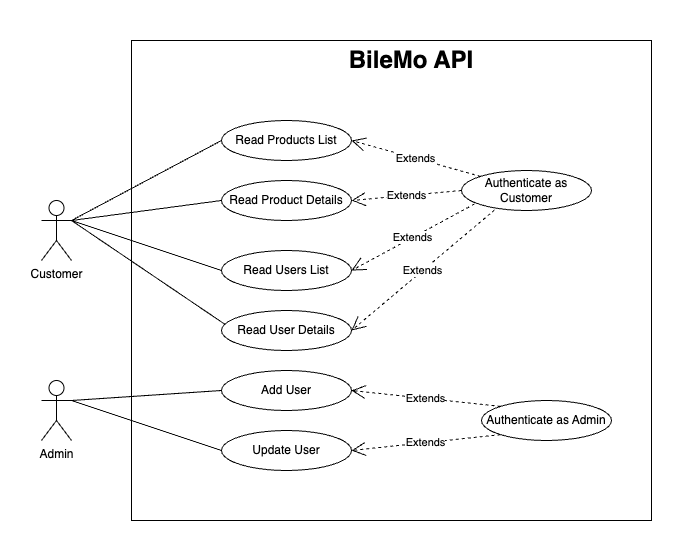
Before: diagrams/UseCase_BileMo.png, a diagram exported from draw.io (AnnaigJegourel/OC-P7-BileMo). Source tidied: cells renumbered, new cells last; positions are measured from the earlier drawing's top-left corner, leaving out a move shared by most shapes.
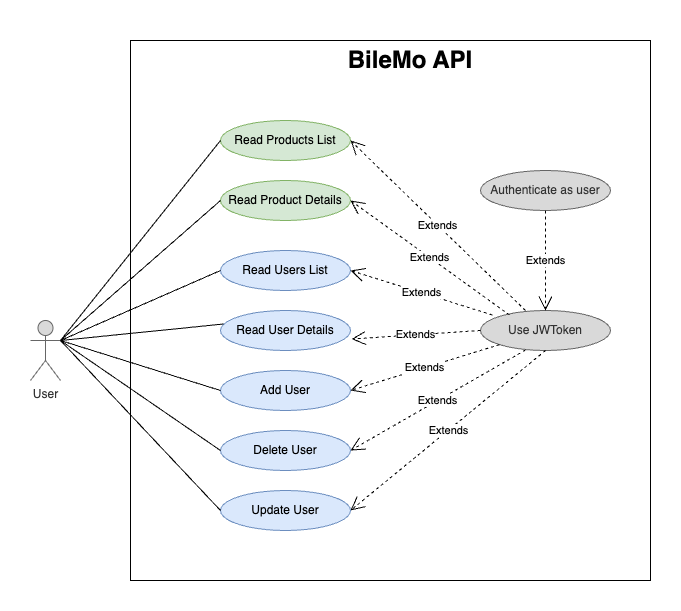
After the change.

Diff of the diagram source:
```diff
@@ -2,50 +2,47 @@
   <root>
     <mxCell id="0" />
     <mxCell id="1" parent="0" />
-    <mxCell id="2" value="Customer" style="shape=umlActor;verticalLabelPosition=bottom;verticalAlign=top;html=1;outlineConnect=0;" parent="1" vertex="1">
-      <mxGeometry y="160" width="30" height="60" as="geometry" />
+    <mxCell id="2" value="User" style="shape=umlActor;verticalLabelPosition=bottom;verticalAlign=top;html=1;outlineConnect=0;fillColor=#d9d9d9;strokeColor=#666666;fontColor=#333333;" parent="1" vertex="1">
+      <mxGeometry x="-10" y="280" width="30" height="60" as="geometry" />
     </mxCell>
-    <mxCell id="3" value="Read Products List" style="ellipse;whiteSpace=wrap;html=1;" parent="1" vertex="1">
+    <mxCell id="3" value="Read Products List" style="ellipse;whiteSpace=wrap;html=1;fillColor=#d5e8d4;strokeColor=#82b366;" parent="1" vertex="1">
       <mxGeometry x="180" y="80" width="130" height="40" as="geometry" />
     </mxCell>
-    <mxCell id="4" value="Read Product Details" style="ellipse;whiteSpace=wrap;html=1;" parent="1" vertex="1">
+    <mxCell id="4" value="Read Product Details" style="ellipse;whiteSpace=wrap;html=1;fillColor=#d5e8d4;strokeColor=#82b366;" parent="1" vertex="1">
       <mxGeometry x="180" y="140" width="130" height="40" as="geometry" />
     </mxCell>
-    <mxCell id="5" value="Read Users List" style="ellipse;whiteSpace=wrap;html=1;" parent="1" vertex="1">
+    <mxCell id="5" value="Read Users List" style="ellipse;whiteSpace=wrap;html=1;fillColor=#dae8fc;strokeColor=#6c8ebf;" parent="1" vertex="1">
       <mxGeometry x="180" y="210" width="130" height="40" as="geometry" />
     </mxCell>
-    <mxCell id="6" value="Read User Details" style="ellipse;whiteSpace=wrap;html=1;" parent="1" vertex="1">
+    <mxCell id="6" value="Read User Details" style="ellipse;whiteSpace=wrap;html=1;fillColor=#dae8fc;strokeColor=#6c8ebf;" parent="1" vertex="1">
       <mxGeometry x="180" y="270" width="130" height="40" as="geometry" />
     </mxCell>
-    <mxCell id="7" value="Add User" style="ellipse;whiteSpace=wrap;html=1;" parent="1" vertex="1">
+    <mxCell id="7" value="Add User" style="ellipse;whiteSpace=wrap;html=1;fillColor=#dae8fc;strokeColor=#6c8ebf;" parent="1" vertex="1">
       <mxGeometry x="180" y="330" width="130" height="40" as="geometry" />
     </mxCell>
-    <mxCell id="8" value="Update User" style="ellipse;whiteSpace=wrap;html=1;" parent="1" vertex="1">
+    <mxCell id="8" value="Delete User" style="ellipse;whiteSpace=wrap;html=1;fillColor=#dae8fc;strokeColor=#6c8ebf;" parent="1" vertex="1">
       <mxGeometry x="180" y="390" width="130" height="40" as="geometry" />
     </mxCell>
     <mxCell id="9" style="rounded=0;whiteSpace=wrap;html=1;strokeWidth=1;fillColor=none;" parent="1" vertex="1">
-      <mxGeometry x="90" width="520" height="480" as="geometry" />
+      <mxGeometry x="90" width="520" height="540" as="geometry" />
     </mxCell>
     <mxCell id="10" value="&lt;h1&gt;BileMo API&lt;/h1&gt;" style="text;html=1;strokeColor=none;fillColor=none;spacing=5;spacingTop=-20;whiteSpace=wrap;overflow=hidden;rounded=0;align=center;" parent="1" vertex="1">
       <mxGeometry x="300" width="140" height="40" as="geometry" />
     </mxCell>
-    <mxCell id="11" value="Authenticate as Customer" style="ellipse;whiteSpace=wrap;html=1;" parent="1" vertex="1">
-      <mxGeometry x="420" y="130" width="130" height="40" as="geometry" />
+    <mxCell id="11" value="Authenticate as user" style="ellipse;whiteSpace=wrap;html=1;fillColor=#d9d9d9;strokeColor=#666666;fontColor=#333333;" parent="1" vertex="1">
+      <mxGeometry x="440" y="130" width="130" height="40" as="geometry" />
     </mxCell>
-    <mxCell id="12" value="Authenticate as Admin" style="ellipse;whiteSpace=wrap;html=1;" parent="1" vertex="1">
-      <mxGeometry x="440" y="360" width="130" height="40" as="geometry" />
+    <mxCell id="12" value="Use JWToken" style="ellipse;whiteSpace=wrap;html=1;fillColor=#D9D9D9;strokeColor=#666666;fontColor=#333333;" parent="1" vertex="1">
+      <mxGeometry x="440" y="270" width="130" height="40" as="geometry" />
     </mxCell>
-    <mxCell id="13" value="Admin" style="shape=umlActor;verticalLabelPosition=bottom;verticalAlign=top;html=1;outlineConnect=0;strokeWidth=1;fillColor=none;" parent="1" vertex="1">
-      <mxGeometry y="340" width="30" height="60" as="geometry" />
-    </mxCell>
     <mxCell id="14" style="endArrow=none;html=1;rounded=0;entryX=0;entryY=0.5;entryDx=0;entryDy=0;" parent="1" edge="1" target="3">
       <mxGeometry relative="1" as="geometry">
-        <mxPoint x="30" y="180" as="sourcePoint" />
+        <mxPoint x="20" y="300" as="sourcePoint" />
       </mxGeometry>
     </mxCell>
     <mxCell id="15" style="endArrow=none;html=1;rounded=0;entryX=0;entryY=0.5;entryDx=0;entryDy=0;" parent="1" edge="1" target="4">
       <mxGeometry relative="1" as="geometry">
-        <mxPoint x="30" y="180" as="sourcePoint" />
+        <mxPoint x="20" y="300" as="sourcePoint" />
       </mxGeometry>
     </mxCell>
     <mxCell id="16" style="endArrow=none;html=1;rounded=0;entryX=0;entryY=0.5;entryDx=0;entryDy=0;exitX=1;exitY=0.3333333333333333;exitDx=0;exitDy=0;exitPerimeter=0;" parent="1" edge="1" source="2" target="5">
@@ -56,31 +53,45 @@
     </mxCell>
     <mxCell id="18" style="endArrow=none;html=1;rounded=0;entryX=0;entryY=0.5;entryDx=0;entryDy=0;" parent="1" edge="1" target="7">
       <mxGeometry relative="1" as="geometry">
-        <mxPoint x="30" y="360" as="sourcePoint" />
+        <mxPoint x="20" y="300" as="sourcePoint" />
       </mxGeometry>
     </mxCell>
-    <mxCell id="19" style="endArrow=none;html=1;rounded=0;entryX=0;entryY=0.5;entryDx=0;entryDy=0;exitX=1;exitY=0.3333333333333333;exitDx=0;exitDy=0;exitPerimeter=0;" parent="1" edge="1" source="13">
+    <mxCell id="19" style="endArrow=none;html=1;rounded=0;entryX=0;entryY=0.5;entryDx=0;entryDy=0;exitX=1;exitY=0.3333333333333333;exitDx=0;exitDy=0;exitPerimeter=0;" parent="1" edge="1" source="2">
       <mxGeometry relative="1" as="geometry">
         <mxPoint x="180" y="410" as="targetPoint" />
       </mxGeometry>
     </mxCell>
-    <mxCell id="20" value="Extends" style="endArrow=open;endSize=12;dashed=1;html=1;rounded=0;exitX=0;exitY=0;exitDx=0;exitDy=0;entryX=1;entryY=0.5;entryDx=0;entryDy=0;" parent="1" edge="1" source="11" target="3">
+    <mxCell id="20" value="Extends" style="endArrow=open;endSize=12;dashed=1;html=1;rounded=0;exitX=0.346;exitY=0;exitDx=0;exitDy=0;entryX=1;entryY=0.5;entryDx=0;entryDy=0;exitPerimeter=0;" parent="1" edge="1" source="12" target="3">
       <mxGeometry relative="1" as="geometry" />
     </mxCell>
-    <mxCell id="21" value="Extends" style="endArrow=open;endSize=12;dashed=1;html=1;rounded=0;exitX=0;exitY=0.5;exitDx=0;exitDy=0;entryX=1;entryY=0.5;entryDx=0;entryDy=0;" parent="1" edge="1" source="11" target="4">
+    <mxCell id="21" value="Extends" style="endArrow=open;endSize=12;dashed=1;html=1;rounded=0;exitX=0.223;exitY=0.113;exitDx=0;exitDy=0;entryX=1;entryY=0.5;entryDx=0;entryDy=0;exitPerimeter=0;" parent="1" edge="1" source="12" target="4">
       <mxGeometry relative="1" as="geometry" />
     </mxCell>
-    <mxCell id="22" value="Extends" style="endArrow=open;endSize=12;dashed=1;html=1;rounded=0;exitX=0;exitY=0;exitDx=0;exitDy=0;entryX=1;entryY=0.5;entryDx=0;entryDy=0;" parent="1" edge="1" source="12" target="7">
+    <mxCell id="22" value="Extends" style="endArrow=open;endSize=12;dashed=1;html=1;rounded=0;exitX=0.5;exitY=1;exitDx=0;exitDy=0;entryX=0.5;entryY=0;entryDx=0;entryDy=0;" parent="1" edge="1" source="11" target="12">
       <mxGeometry relative="1" as="geometry" />
     </mxCell>
-    <mxCell id="23" value="Extends" style="endArrow=open;endSize=12;dashed=1;html=1;rounded=0;exitX=0.1;exitY=0.838;exitDx=0;exitDy=0;entryX=1;entryY=0.5;entryDx=0;entryDy=0;exitPerimeter=0;" parent="1" edge="1" source="11" target="5">
+    <mxCell id="23" value="Extends" style="endArrow=open;endSize=12;dashed=1;html=1;rounded=0;exitX=0.092;exitY=0.113;exitDx=0;exitDy=0;entryX=1;entryY=0.5;entryDx=0;entryDy=0;exitPerimeter=0;" parent="1" edge="1" source="12" target="5">
       <mxGeometry relative="1" as="geometry" />
     </mxCell>
-    <mxCell id="24" value="Extends" style="endArrow=open;endSize=12;dashed=1;html=1;rounded=0;exitX=0.254;exitY=0.988;exitDx=0;exitDy=0;entryX=1;entryY=0.5;entryDx=0;entryDy=0;exitPerimeter=0;" parent="1" edge="1" source="11" target="6">
+    <mxCell id="24" value="Extends" style="endArrow=open;endSize=12;dashed=1;html=1;rounded=0;exitX=0;exitY=1;exitDx=0;exitDy=0;entryX=1;entryY=0.5;entryDx=0;entryDy=0;" parent="1" edge="1" source="12" target="7">
       <mxGeometry relative="1" as="geometry" />
     </mxCell>
-    <mxCell id="25" value="Extends" style="endArrow=open;endSize=12;dashed=1;html=1;rounded=0;exitX=0;exitY=1;exitDx=0;exitDy=0;entryX=1;entryY=0.5;entryDx=0;entryDy=0;" parent="1" edge="1" source="12" target="8">
+    <mxCell id="25" value="Extends" style="endArrow=open;endSize=12;dashed=1;html=1;rounded=0;exitX=0.346;exitY=0.988;exitDx=0;exitDy=0;entryX=1;entryY=0.5;entryDx=0;entryDy=0;exitPerimeter=0;" parent="1" edge="1" source="12" target="8">
       <mxGeometry relative="1" as="geometry" />
     </mxCell>
+    <mxCell id="26" value="Update User" style="ellipse;whiteSpace=wrap;html=1;fillColor=#dae8fc;strokeColor=#6c8ebf;" parent="1" vertex="1">
+      <mxGeometry x="180" y="450" width="130" height="40" as="geometry" />
+    </mxCell>
+    <mxCell id="27" value="Extends" style="endArrow=open;endSize=12;dashed=1;html=1;rounded=0;exitX=0.5;exitY=1;exitDx=0;exitDy=0;entryX=1;entryY=0.5;entryDx=0;entryDy=0;" parent="1" edge="1" source="12" target="26">
+      <mxGeometry relative="1" as="geometry" />
+    </mxCell>
+    <mxCell id="28" value="Extends" style="endArrow=open;endSize=12;dashed=1;html=1;rounded=0;exitX=0;exitY=0.5;exitDx=0;exitDy=0;entryX=1.008;entryY=0.713;entryDx=0;entryDy=0;entryPerimeter=0;" parent="1" edge="1" source="12" target="6">
+      <mxGeometry relative="1" as="geometry" />
+    </mxCell>
+    <mxCell id="29" style="endArrow=none;html=1;rounded=0;entryX=0;entryY=0.5;entryDx=0;entryDy=0;" parent="1" edge="1" target="26">
+      <mxGeometry relative="1" as="geometry">
+        <mxPoint x="20" y="300" as="sourcePoint" />
+      </mxGeometry>
+    </mxCell>
   </root>
 </mxGraphModel>
```
